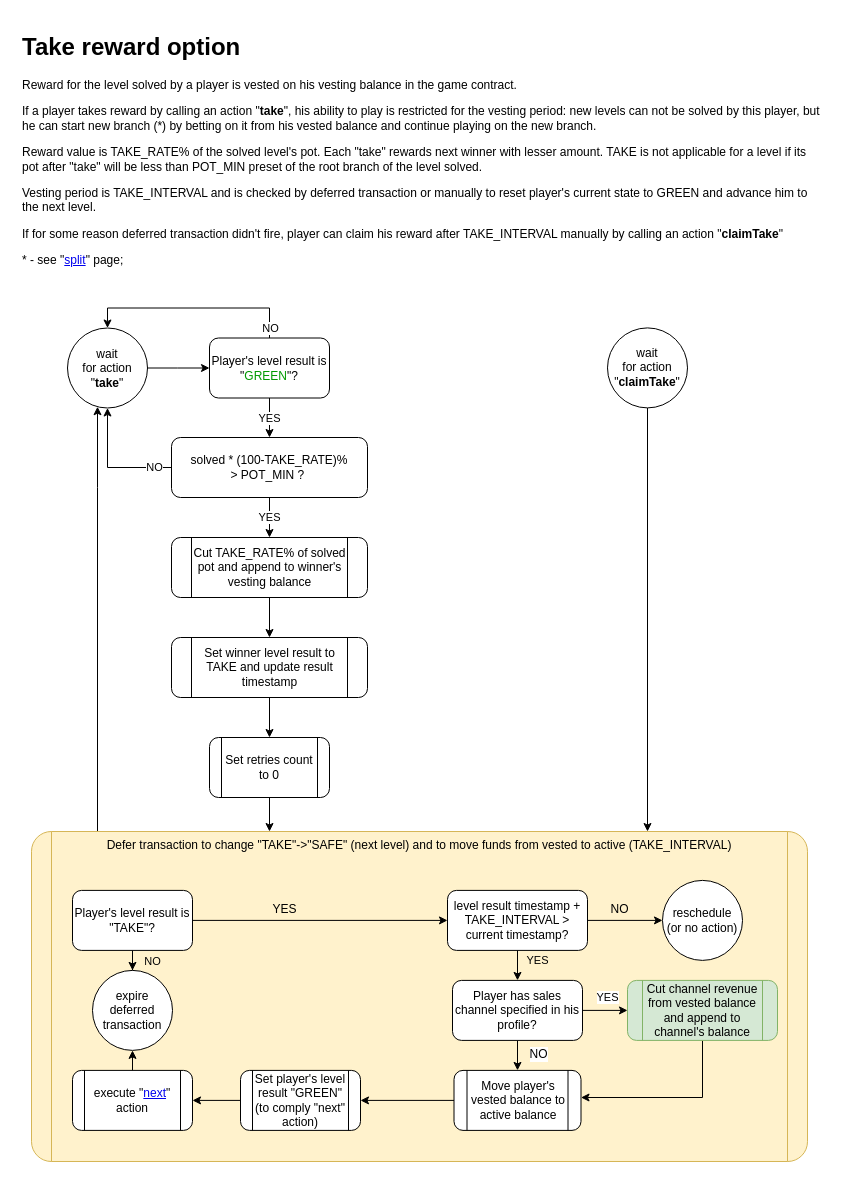
Above: page "take" (7 of 13) of ia/WOFFLER IA.drawio in cptn-solo/woffler_contract (draw.io), before the change. Source tidied: cells renumbered, new cells numbered last; positions are measured from the earlier drawing's top-left corner, leaving out a move shared by most shapes. Both pictures are drawn from the tidied source at 100%, with x=0, y=0 at pixel (17, 27).
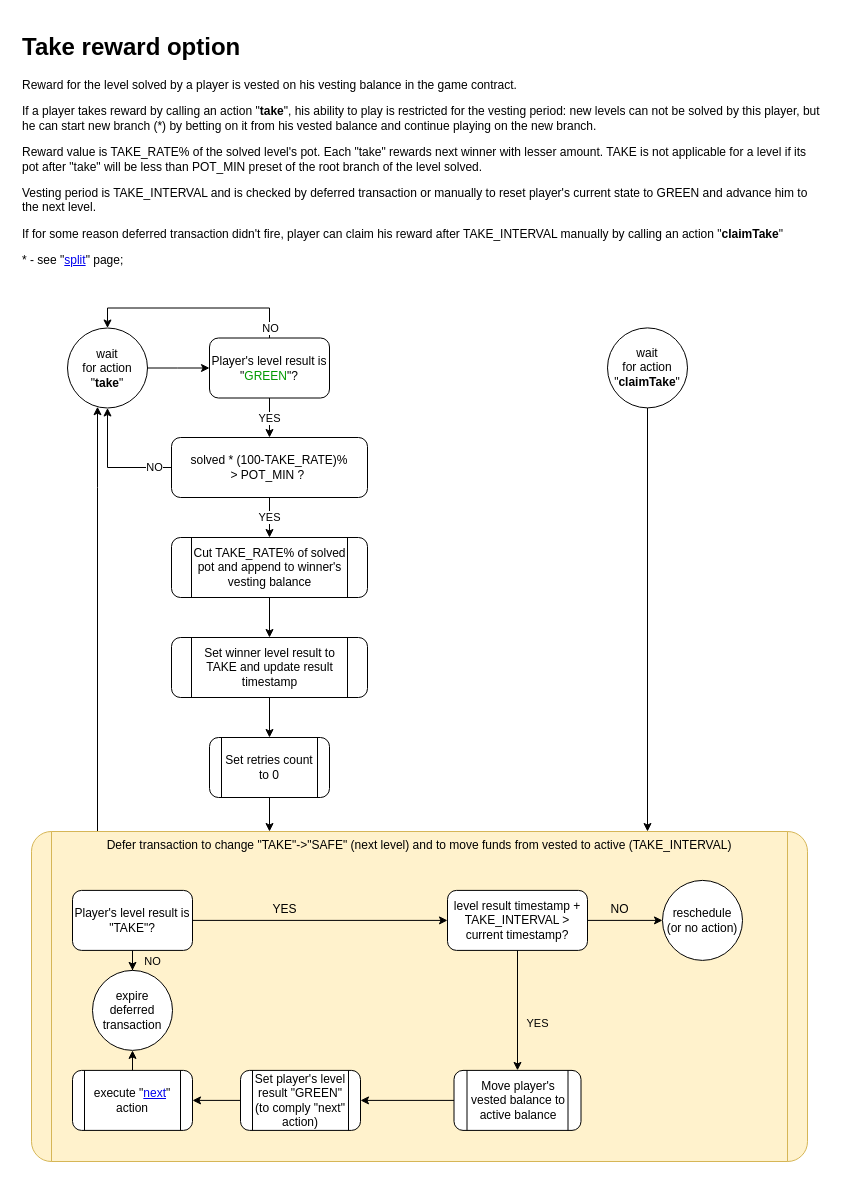
The same diagram, later.

The change refers to these unchanged cells:
```xml
<mxCell id="26" value="level result timestamp + TAKE_INTERVAL &amp;gt; current timestamp?&lt;br&gt;" style="rounded=1;whiteSpace=wrap;html=1;shadow=0;glass=0;strokeColor=#000000;align=center;" parent="1" vertex="1">
  <mxGeometry x="430" y="862.9" width="140" height="60" as="geometry" />
</mxCell>
<mxCell id="28" value="Move player's vested balance to active balance&lt;br&gt;" style="shape=process;rounded=1;whiteSpace=wrap;html=1;shadow=0;glass=0;strokeColor=#000000;align=center;" parent="1" vertex="1">
  <mxGeometry x="436.5" y="1042.9" width="127" height="60" as="geometry" />
</mxCell>
```

The edit, as a diff of the source:
```diff
@@
-    <mxCell id="37" style="edgeStyle=orthogonalEdgeStyle;rounded=0;jettySize=auto;html=1;exitX=0.5;exitY=1;exitDx=0;exitDy=0;" parent="1" edge="1" source="38" target="28">
-      <mxGeometry relative="1" as="geometry">
-        <Array as="points">
-          <mxPoint x="685" y="1070" />
-        </Array>
-      </mxGeometry>
-    </mxCell>
-    <mxCell id="38" value="Cut channel revenue from vested balance and append to channel's balance&lt;br&gt;" style="shape=process;rounded=1;whiteSpace=wrap;html=1;shadow=0;glass=0;strokeColor=#82b366;align=center;fillColor=#d5e8d4;" parent="1" vertex="1">
-      <mxGeometry x="610" y="952.9" width="150" height="60" as="geometry" />
-    </mxCell>
-    <mxCell id="39" value="YES" style="edgeStyle=orthogonalEdgeStyle;rounded=0;jettySize=auto;html=1;" parent="1" edge="1" source="42" target="38">
-      <mxGeometry x="0.1" y="13" relative="1" as="geometry" />
-    </mxCell>
-    <mxCell id="40" style="edgeStyle=orthogonalEdgeStyle;rounded=0;jettySize=auto;html=1;exitX=0.5;exitY=1;exitDx=0;exitDy=0;" parent="1" edge="1" source="42" target="28">
-      <mxGeometry relative="1" as="geometry" />
-    </mxCell>
-    <mxCell id="41" value="NO" style="text;html=1;align=center;verticalAlign=middle;labelBackgroundColor=#ffffff;" parent="40" vertex="1">
-      <mxGeometry x="0.14" y="-5" relative="1" as="geometry">
-        <mxPoint x="15" y="3" as="offset" />
-      </mxGeometry>
-    </mxCell>
-    <mxCell id="42" value="Player has sales channel specified in his profile?&lt;br&gt;" style="rounded=1;whiteSpace=wrap;html=1;shadow=0;glass=0;strokeColor=#000000;align=center;" parent="1" vertex="1">
-      <mxGeometry x="435" y="952.9" width="130" height="60" as="geometry" />
-    </mxCell>
-    <mxCell id="43" value="YES" style="edgeStyle=orthogonalEdgeStyle;rounded=0;jettySize=auto;html=1;labelBackgroundColor=none;" parent="1" edge="1" source="26" target="42">
+    <mxCell id="43" value="YES" style="edgeStyle=orthogonalEdgeStyle;rounded=0;jettySize=auto;html=1;labelBackgroundColor=none;" parent="1" edge="1" source="26" target="28">
       <mxGeometry x="0.21" y="20" relative="1" as="geometry" />
     </mxCell>
```
